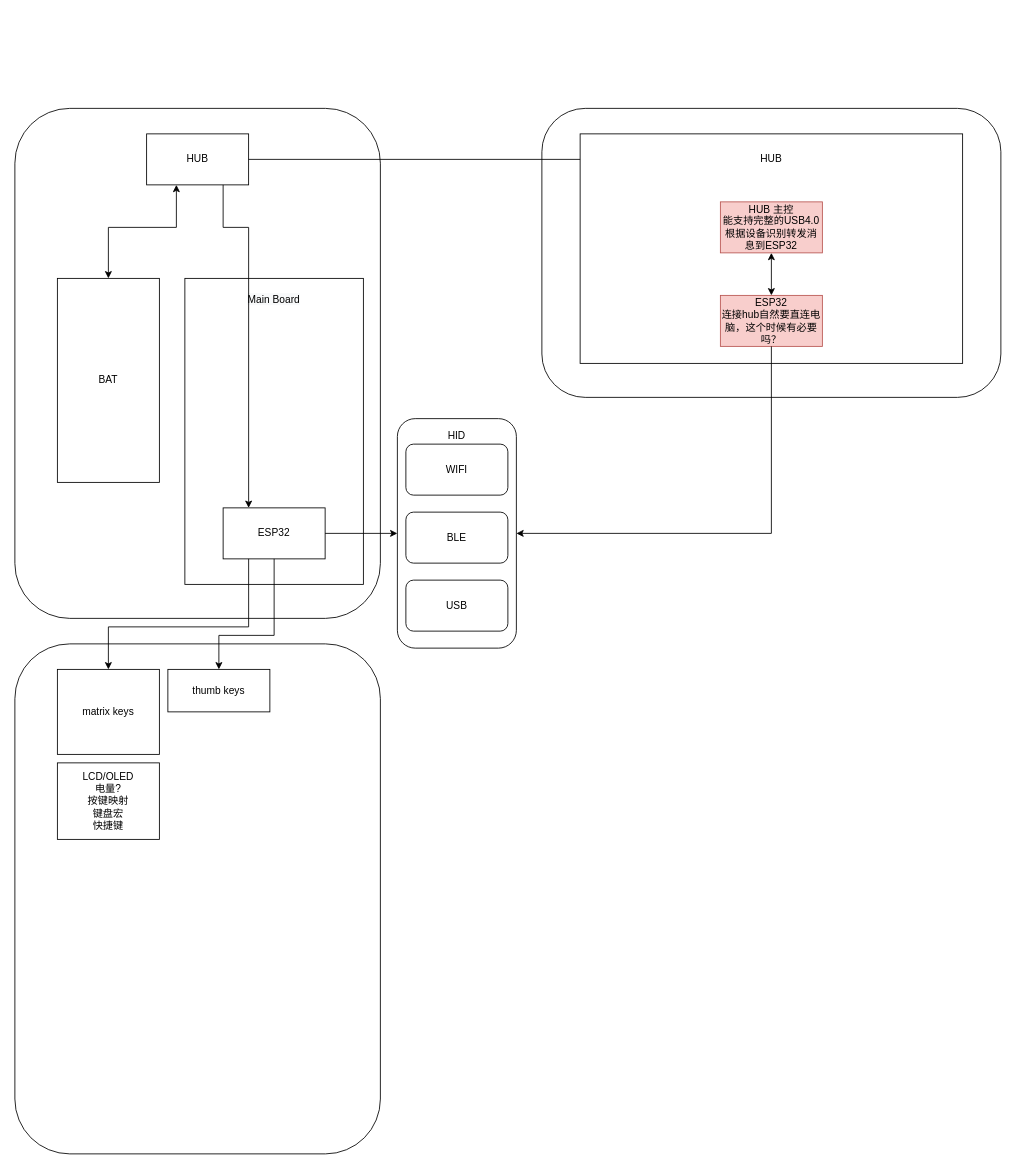
XiaoLiuAI/diagrams keeps this draw.io diagram as page "第 1 页" (1 of 2) of MMKeyboard.drawio. Above is the earlier version. Source tidied: cells renumbered, new cells numbered last; positions are measured from the earlier drawing's top-left corner, leaving out a move shared by most shapes. Both pictures are drawn from the tidied source at 85%, with x=0, y=0 at pixel (14, 108).
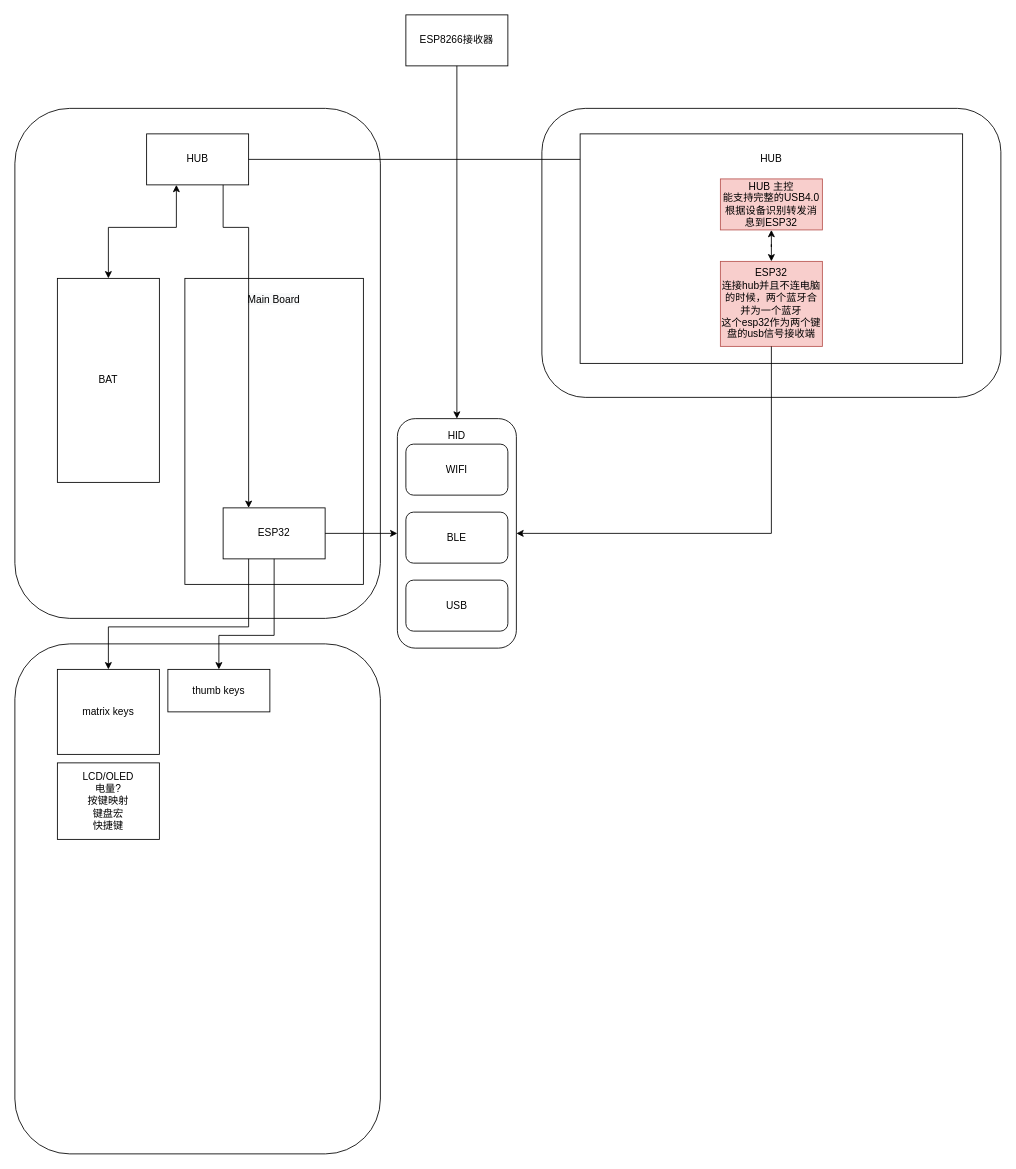
After the change.

The change refers to these unchanged cells:
```xml
<mxCell id="17" style="rounded=1;whiteSpace=wrap;html=1;" parent="16" vertex="1">
  <mxGeometry width="140" height="270" as="geometry" />
</mxCell>
```

Diff of the diagram source:
```diff
@@
-    <mxCell id="28" value="ESP32&lt;br&gt;连接hub自然要直连电脑，这个时候有必要吗？" style="rounded=0;whiteSpace=wrap;html=1;strokeColor=#b85450;fillColor=#f8cecc;" parent="1" vertex="1">
-      <mxGeometry x="830" y="220" width="120" height="60" as="geometry" />
+    <mxCell id="28" value="ESP32&lt;br&gt;连接hub并且不连电脑的时候，两个蓝牙合并为一个蓝牙&lt;br&gt;这个esp32作为两个键盘的usb信号接收端" style="rounded=0;whiteSpace=wrap;html=1;strokeColor=#b85450;fillColor=#f8cecc;" parent="1" vertex="1">
+      <mxGeometry x="830" y="180" width="120" height="100" as="geometry" />
     </mxCell>
@@
     <mxCell id="30" value="HUB 主控&lt;br&gt;能支持完整的USB4.0&lt;br&gt;根据设备识别转发消息到ESP32" style="rounded=0;whiteSpace=wrap;html=1;strokeColor=#b85450;fillColor=#f8cecc;" parent="1" vertex="1">
-      <mxGeometry x="830" y="110" width="120" height="60" as="geometry" />
+      <mxGeometry x="830" y="83" width="120" height="60" as="geometry" />
     </mxCell>
@@
+    <mxCell id="32" value="ESP8266接收器" style="rounded=0;whiteSpace=wrap;html=1;" parent="1" vertex="1">
+      <mxGeometry x="460" y="-110" width="120" height="60" as="geometry" />
+    </mxCell>
+    <mxCell id="33" style="endArrow=classic;html=1;rounded=0;exitX=0.5;exitY=1;exitDx=0;exitDy=0;entryX=0.5;entryY=0;entryDx=0;entryDy=0;" parent="1" edge="1" source="32" target="17">
+      <mxGeometry relative="1" as="geometry" />
+    </mxCell>
```
